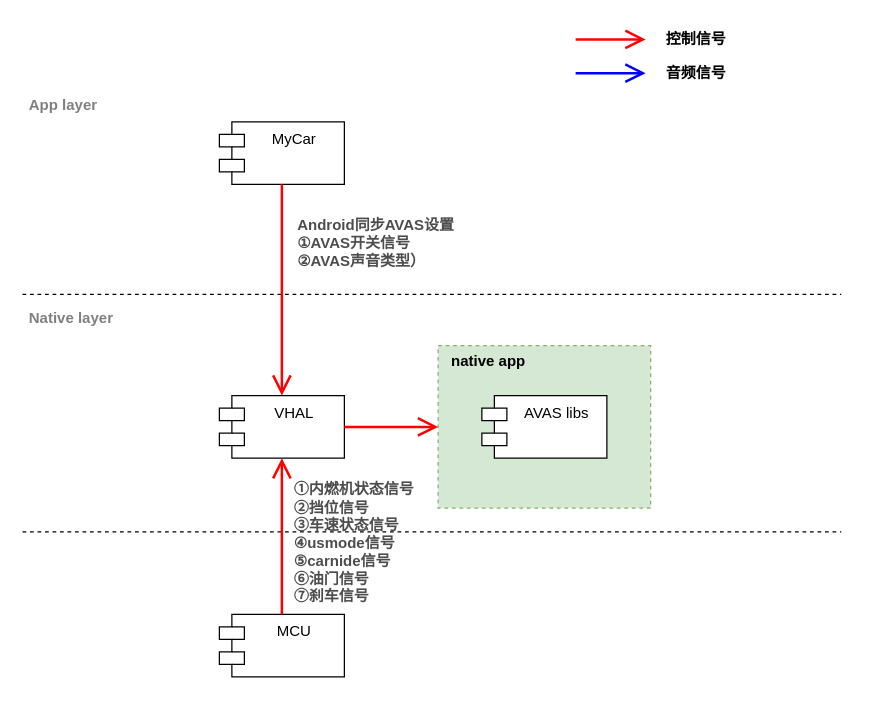
Above: page "第 2 页" (2 of 2) of e02/未命名绘图.drawio in 791620110/A-drawio (draw.io), before the change. Source tidied: cells renumbered, new cells numbered last; positions are measured from the earlier drawing's top-left corner, leaving out a move shared by most shapes. Both pictures are drawn from the tidied source at 125%, with x=0, y=0 at pixel (21, 22).
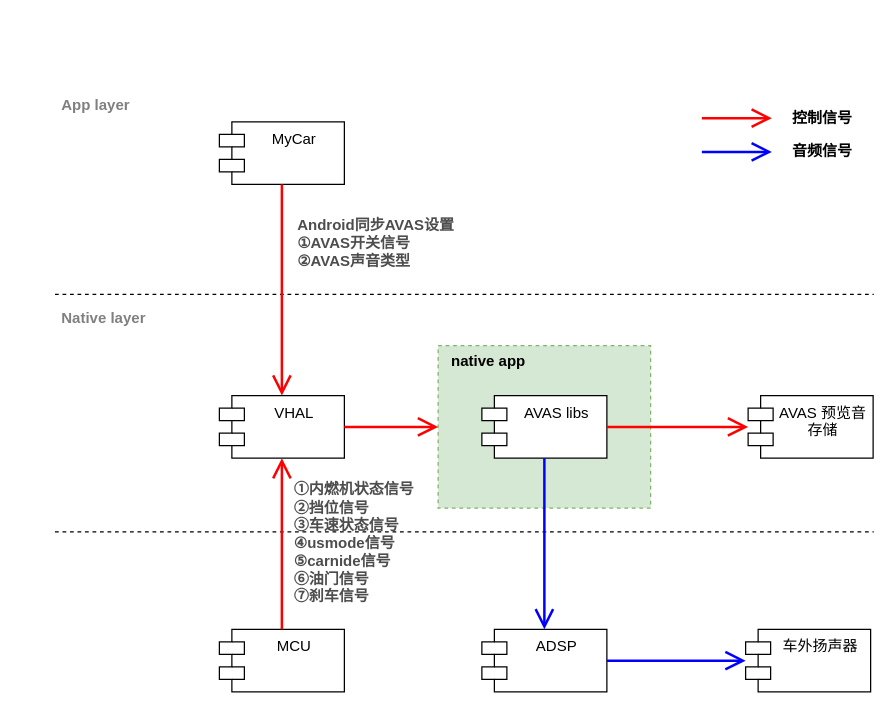
The same page after the edit.

Commit message:
更新未命名绘图.drawio

Unchanged cells that the change refers to:
```xml
<mxCell id="9" value="AVAS libs" style="shape=module;align=left;spacingLeft=20;align=center;verticalAlign=top;whiteSpace=wrap;html=1;" parent="7" vertex="1">
  <mxGeometry x="35" y="40" width="100" height="50" as="geometry" />
</mxCell>
<mxCell id="11" value="VHAL" style="shape=module;align=left;spacingLeft=20;align=center;verticalAlign=top;whiteSpace=wrap;html=1;" parent="1" vertex="1">
  <mxGeometry x="158" y="298" width="100" height="50" as="geometry" />
</mxCell>
```

Change to the diagram source:
```diff
@@
     <mxCell id="2" style="line;strokeWidth=1;fillColor=none;align=left;verticalAlign=middle;spacingTop=-1;spacingLeft=3;spacingRight=3;labelPosition=right;strokeColor=inherit;dashed=1;" parent="1" vertex="1">
-      <mxGeometry x="0.5" y="213" width="655" height="8" as="geometry" />
+      <mxGeometry x="26.5" y="213" width="655" height="8" as="geometry" />
     </mxCell>
     <mxCell id="3" style="line;strokeWidth=1;fillColor=none;align=left;verticalAlign=middle;spacingTop=-1;spacingLeft=3;spacingRight=3;labelPosition=right;strokeColor=inherit;dashed=1;" parent="1" vertex="1">
-      <mxGeometry x="0.5" y="403" width="655" height="8" as="geometry" />
+      <mxGeometry x="26.5" y="403" width="655" height="8" as="geometry" />
     </mxCell>
     <mxCell id="4" value="Native layer" style="text;align=left;fontStyle=1;verticalAlign=middle;spacingLeft=3;spacingRight=3;strokeColor=none;html=1;fontColor=#808080;" parent="1" vertex="1">
-      <mxGeometry x="0.5" y="223" width="80" height="26" as="geometry" />
+      <mxGeometry x="26.5" y="223" width="80" height="26" as="geometry" />
     </mxCell>
     <mxCell id="5" value="App layer" style="text;align=left;fontStyle=1;verticalAlign=middle;spacingLeft=3;spacingRight=3;strokeColor=none;html=1;fontColor=#808080;" parent="1" vertex="1">
-      <mxGeometry x="0.5" y="53" width="80" height="26" as="geometry" />
+      <mxGeometry x="26.5" y="53" width="80" height="26" as="geometry" />
     </mxCell>
@@
-    <mxCell id="13" value="&lt;div align=&quot;left&quot;&gt;Android同步AVAS设置&lt;br&gt;&lt;/div&gt;&lt;div align=&quot;left&quot;&gt;①AVAS开关信号&lt;br&gt;&lt;/div&gt;&lt;div align=&quot;left&quot;&gt;②AVAS声音类型）&lt;/div&gt;" style="text;align=center;fontStyle=1;verticalAlign=middle;spacingLeft=3;spacingRight=3;strokeColor=none;html=1;fontColor=#4D4D4D;" parent="1" vertex="1">
+    <mxCell id="13" value="&lt;div align=&quot;left&quot;&gt;Android同步AVAS设置&lt;br&gt;&lt;/div&gt;&lt;div align=&quot;left&quot;&gt;①AVAS开关信号&lt;br&gt;&lt;/div&gt;&lt;div align=&quot;left&quot;&gt;②AVAS声音类型&lt;/div&gt;" style="text;align=center;fontStyle=1;verticalAlign=middle;spacingLeft=3;spacingRight=3;strokeColor=none;html=1;fontColor=#4D4D4D;" parent="1" vertex="1">
       <mxGeometry x="243" y="163" width="80" height="26" as="geometry" />
     </mxCell>
@@
+    <mxCell id="19" value="MCU" style="shape=module;align=left;spacingLeft=20;align=center;verticalAlign=top;whiteSpace=wrap;html=1;" parent="1" vertex="1">
+      <mxGeometry x="158" y="485" width="100" height="50" as="geometry" />
+    </mxCell>
+    <mxCell id="20" style="endArrow=open;endFill=1;endSize=12;html=1;rounded=0;strokeColor=#FF0000;strokeWidth=2;" parent="1" edge="1" source="19" target="11">
+      <mxGeometry relative="1" as="geometry" />
+    </mxCell>
+    <mxCell id="21" value="①内燃机状态信号&lt;br&gt;②挡位信号&lt;br&gt;③车速状态信号&lt;br&gt;④usmode信号&lt;br&gt;⑤carnide信号&lt;br&gt;⑥油门信号&lt;br&gt;⑦刹车信号" style="text;align=left;fontStyle=1;verticalAlign=middle;spacingLeft=3;spacingRight=3;strokeColor=none;html=1;fontColor=#4D4D4D;" parent="1" vertex="1">
+      <mxGeometry x="213" y="403" width="80" height="26" as="geometry" />
+    </mxCell>
+    <mxCell id="22" value="AVAS 预览音存储" style="shape=module;align=left;spacingLeft=20;align=center;verticalAlign=top;whiteSpace=wrap;html=1;" parent="1" vertex="1">
+      <mxGeometry x="581" y="298" width="100" height="50" as="geometry" />
+    </mxCell>
+    <mxCell id="23" style="endArrow=open;endFill=1;endSize=12;html=1;rounded=0;strokeWidth=2;strokeColor=#FF0000;exitX=1;exitY=0.5;exitDx=0;exitDy=0;" parent="1" edge="1" source="9" target="22">
+      <mxGeometry relative="1" as="geometry" />
+    </mxCell>
+    <mxCell id="24" value="ADSP" style="shape=module;align=left;spacingLeft=20;align=center;verticalAlign=top;whiteSpace=wrap;html=1;" parent="1" vertex="1">
+      <mxGeometry x="368" y="485" width="100" height="50" as="geometry" />
+    </mxCell>
+    <mxCell id="25" style="endArrow=open;endFill=1;endSize=12;html=1;rounded=0;fontSize=11;strokeWidth=2;strokeColor=#0000FF;" parent="1" edge="1" source="9" target="24">
+      <mxGeometry relative="1" as="geometry" />
+    </mxCell>
+    <mxCell id="26" value="车外扬声器" style="shape=module;align=left;spacingLeft=20;align=center;verticalAlign=top;whiteSpace=wrap;html=1;" parent="1" vertex="1">
+      <mxGeometry x="579" y="485" width="100" height="50" as="geometry" />
+    </mxCell>
+    <mxCell id="27" style="endArrow=open;endFill=1;endSize=12;html=1;rounded=0;strokeColor=#0000FF;strokeWidth=2;" parent="1" edge="1" source="24" target="26">
+      <mxGeometry relative="1" as="geometry" />
+    </mxCell>
+    <mxCell id="28" style="group;" parent="1" vertex="1">
+      <mxGeometry x="544" y="63" width="136" height="53" as="geometry" />
+    </mxCell>
-    <mxCell id="15" style="endArrow=open;endFill=1;endSize=12;html=1;rounded=0;strokeWidth=2;strokeColor=#FF0000;" parent="1" edge="1" target="16">
+    <mxCell id="15" style="endArrow=open;endFill=1;endSize=12;html=1;rounded=0;strokeWidth=2;strokeColor=#FF0000;" parent="28" edge="1" target="16">
       <mxGeometry relative="1" as="geometry">
-        <mxPoint x="443" y="13" as="sourcePoint" />
+        <mxPoint y="13" as="sourcePoint" />
       </mxGeometry>
     </mxCell>
-    <mxCell id="16" value="控制信号" style="text;align=center;fontStyle=1;verticalAlign=middle;spacingLeft=3;spacingRight=3;strokeColor=none;points=[[0,0.5],[1,0.5]];portConstraint=eastwest;html=1;" parent="1" vertex="1">
-      <mxGeometry x="499" width="80" height="26" as="geometry" />
+    <mxCell id="16" value="控制信号" style="text;align=center;fontStyle=1;verticalAlign=middle;spacingLeft=3;spacingRight=3;strokeColor=none;points=[[0,0.5],[1,0.5]];portConstraint=eastwest;html=1;" parent="28" vertex="1">
+      <mxGeometry x="56" width="80" height="26" as="geometry" />
     </mxCell>
-    <mxCell id="17" value="音频信号" style="text;align=center;fontStyle=1;verticalAlign=middle;spacingLeft=3;spacingRight=3;strokeColor=none;points=[[0,0.5],[1,0.5]];portConstraint=eastwest;html=1;" parent="1" vertex="1">
-      <mxGeometry x="499" y="27" width="80" height="26" as="geometry" />
+    <mxCell id="17" value="音频信号" style="text;align=center;fontStyle=1;verticalAlign=middle;spacingLeft=3;spacingRight=3;strokeColor=none;points=[[0,0.5],[1,0.5]];portConstraint=eastwest;html=1;" parent="28" vertex="1">
+      <mxGeometry x="56" y="27" width="80" height="26" as="geometry" />
     </mxCell>
-    <mxCell id="18" style="endArrow=open;endFill=1;endSize=12;html=1;rounded=0;strokeWidth=2;strokeColor=#0000FF;" parent="1" edge="1" target="17">
+    <mxCell id="18" style="endArrow=open;endFill=1;endSize=12;html=1;rounded=0;strokeWidth=2;strokeColor=#0000FF;" parent="28" edge="1" target="17">
       <mxGeometry relative="1" as="geometry">
-        <mxPoint x="443" y="40" as="sourcePoint" />
+        <mxPoint y="40" as="sourcePoint" />
       </mxGeometry>
     </mxCell>
-    <mxCell id="19" value="MCU" style="shape=module;align=left;spacingLeft=20;align=center;verticalAlign=top;whiteSpace=wrap;html=1;" parent="1" vertex="1">
-      <mxGeometry x="158" y="473" width="100" height="50" as="geometry" />
-    </mxCell>
-    <mxCell id="20" style="endArrow=open;endFill=1;endSize=12;html=1;rounded=0;strokeColor=#FF0000;strokeWidth=2;" parent="1" edge="1" source="19" target="11">
-      <mxGeometry relative="1" as="geometry" />
-    </mxCell>
-    <mxCell id="21" value="①内燃机状态信号&lt;br&gt;②挡位信号&lt;br&gt;③车速状态信号&lt;br&gt;④usmode信号&lt;br&gt;⑤carnide信号&lt;br&gt;⑥油门信号&lt;br&gt;⑦刹车信号" style="text;align=left;fontStyle=1;verticalAlign=middle;spacingLeft=3;spacingRight=3;strokeColor=none;html=1;fontColor=#4D4D4D;" parent="1" vertex="1">
-      <mxGeometry x="213" y="403" width="80" height="26" as="geometry" />
-    </mxCell>
```
